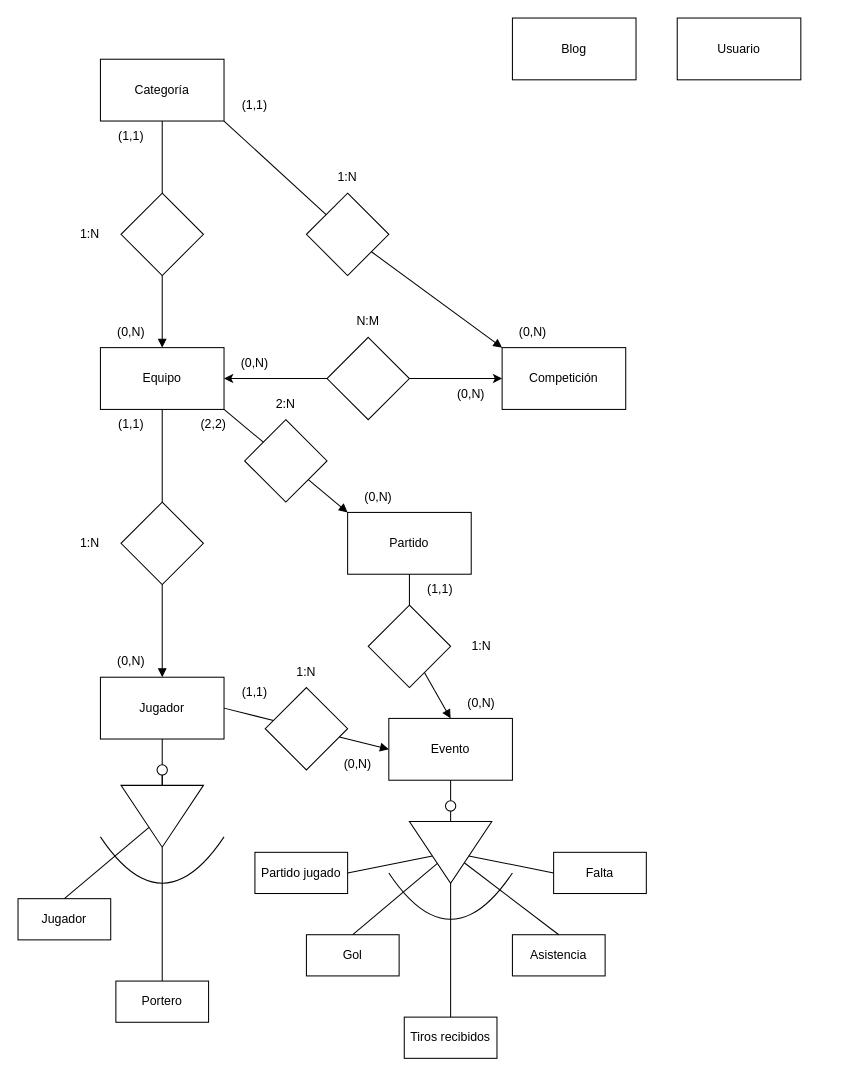
AlejandroS2I/cochinillos-voladores keeps this draw.io diagram as bd/design/diagramaERCochinillos.drawio. Above is the earlier version. Source tidied: cells renumbered, new cells numbered last; positions are measured from the earlier drawing's top-left corner, leaving out a move shared by most shapes. Both pictures are drawn from the tidied source at 103%, with x=0, y=0 at pixel (18, 18).
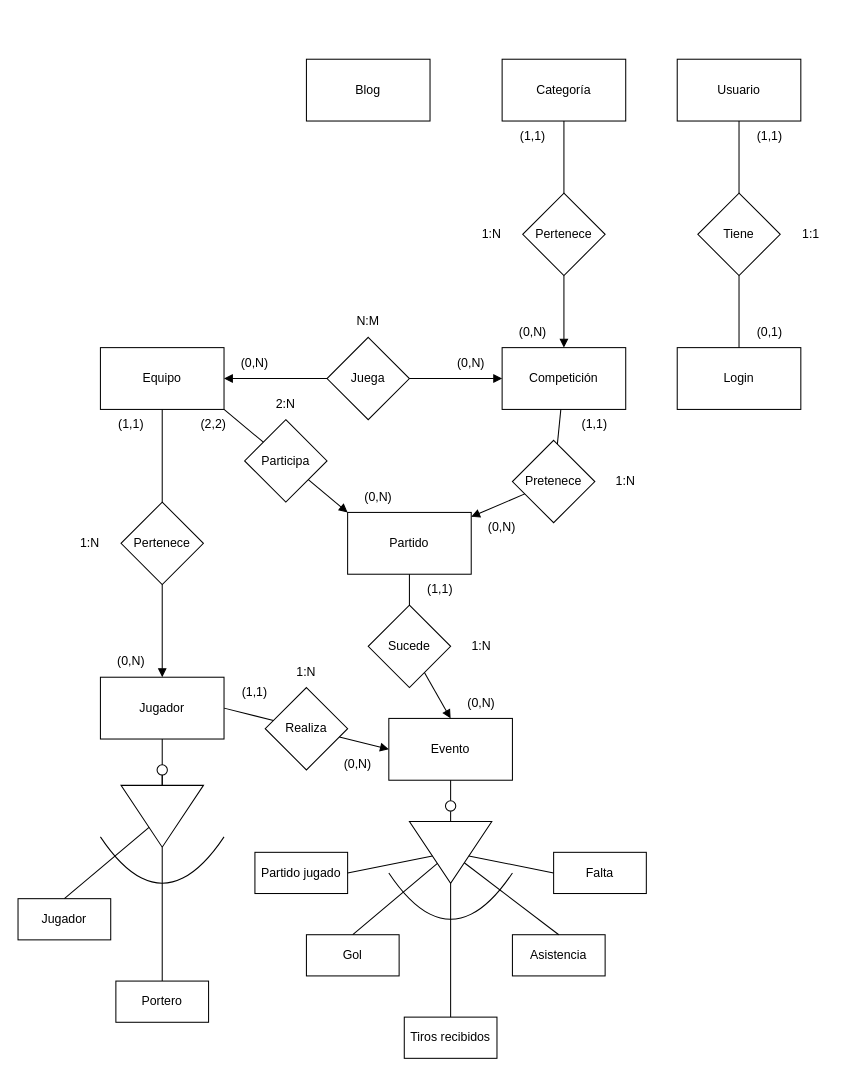
Above is the later version.

The change refers to these unchanged cells:
```xml
<mxCell id="2" value="Competición" style="rounded=0;whiteSpace=wrap;html=1;" parent="1" vertex="1">
  <mxGeometry x="470" y="320" width="120" height="60" as="geometry" />
</mxCell>
<mxCell id="4" value="Equipo" style="rounded=0;whiteSpace=wrap;html=1;" parent="1" vertex="1">
  <mxGeometry x="80" y="320" width="120" height="60" as="geometry" />
</mxCell>
<mxCell id="7" value="&lt;div&gt;Partido&lt;/div&gt;" style="rounded=0;whiteSpace=wrap;html=1;" parent="1" vertex="1">
  <mxGeometry x="320" y="480" width="120" height="60" as="geometry" />
</mxCell>
```

Diff of the diagram source:
```diff
@@
     <mxCell id="3" value="Categoría" style="rounded=0;whiteSpace=wrap;html=1;" parent="1" vertex="1">
-      <mxGeometry x="80" y="40" width="120" height="60" as="geometry" />
+      <mxGeometry x="470" y="40" width="120" height="60" as="geometry" />
     </mxCell>
@@
     <mxCell id="9" value="Blog" style="rounded=0;whiteSpace=wrap;html=1;" parent="1" vertex="1">
-      <mxGeometry x="480" width="120" height="60" as="geometry" />
+      <mxGeometry x="280" y="40" width="120" height="60" as="geometry" />
     </mxCell>
     <mxCell id="10" value="Usuario" style="rounded=0;whiteSpace=wrap;html=1;" parent="1" vertex="1">
-      <mxGeometry x="640" width="120" height="60" as="geometry" />
+      <mxGeometry x="640" y="40" width="120" height="60" as="geometry" />
     </mxCell>
-    <mxCell id="11" style="rhombus;whiteSpace=wrap;html=1;" parent="1" vertex="1">
-      <mxGeometry x="280" y="170" width="80" height="80" as="geometry" />
+    <mxCell id="11" value="Pertenece" style="rhombus;whiteSpace=wrap;html=1;" parent="1" vertex="1">
+      <mxGeometry x="490" y="170" width="80" height="80" as="geometry" />
     </mxCell>
-    <mxCell id="12" style="rhombus;whiteSpace=wrap;html=1;" parent="1" vertex="1">
-      <mxGeometry x="100" y="170" width="80" height="80" as="geometry" />
-    </mxCell>
-    <mxCell id="13" style="rhombus;whiteSpace=wrap;html=1;" parent="1" vertex="1">
+    <mxCell id="13" value="Juega" style="rhombus;whiteSpace=wrap;html=1;" parent="1" vertex="1">
       <mxGeometry x="300" y="310" width="80" height="80" as="geometry" />
     </mxCell>
-    <mxCell id="14" style="endArrow=none;html=1;rounded=0;endFill=0;entryX=1;entryY=1;entryDx=0;entryDy=0;" parent="1" edge="1" source="11" target="3">
+    <mxCell id="14" style="endArrow=none;html=1;rounded=0;endFill=0;" parent="1" edge="1" source="11" target="3">
       <mxGeometry relative="1" as="geometry" />
     </mxCell>
-    <mxCell id="15" style="endArrow=none;html=1;rounded=0;endFill=0;" parent="1" edge="1" source="12" target="3">
-      <mxGeometry relative="1" as="geometry" />
-    </mxCell>
-    <mxCell id="16" style="endArrow=none;html=1;rounded=0;startArrow=block;startFill=1;" parent="1" edge="1" source="4" target="12">
-      <mxGeometry relative="1" as="geometry" />
-    </mxCell>
-    <mxCell id="17" style="endArrow=block;html=1;rounded=0;endFill=1;entryX=0;entryY=0;entryDx=0;entryDy=0;" parent="1" edge="1" source="11" target="2">
+    <mxCell id="17" style="endArrow=block;html=1;rounded=0;endFill=1;" parent="1" edge="1" source="11" target="2">
       <mxGeometry relative="1" as="geometry" />
     </mxCell>
-    <mxCell id="18" style="endArrow=classic;html=1;rounded=0;" parent="1" edge="1" source="13" target="2">
+    <mxCell id="18" style="endArrow=block;html=1;rounded=0;endFill=1;" parent="1" edge="1" source="13" target="2">
       <mxGeometry relative="1" as="geometry" />
     </mxCell>
-    <mxCell id="19" style="endArrow=classic;html=1;rounded=0;" parent="1" edge="1" source="13" target="4">
+    <mxCell id="19" style="endArrow=block;html=1;rounded=0;endFill=1;" parent="1" edge="1" source="13" target="4">
       <mxGeometry relative="1" as="geometry" />
     </mxCell>
-    <mxCell id="20" value="1:N" style="text;html=1;align=center;verticalAlign=middle;whiteSpace=wrap;rounded=0;" parent="1" vertex="1">
-      <mxGeometry x="40" y="195" width="60" height="30" as="geometry" />
-    </mxCell>
     <mxCell id="21" value="1:N" style="text;html=1;align=center;verticalAlign=middle;whiteSpace=wrap;rounded=0;" parent="1" vertex="1">
-      <mxGeometry x="290" y="140" width="60" height="30" as="geometry" />
+      <mxGeometry x="430" y="195" width="60" height="30" as="geometry" />
     </mxCell>
@@
-    <mxCell id="23" style="rhombus;whiteSpace=wrap;html=1;" parent="1" vertex="1">
+    <mxCell id="23" value="Pertenece" style="rhombus;whiteSpace=wrap;html=1;" parent="1" vertex="1">
       <mxGeometry x="100" y="470" width="80" height="80" as="geometry" />
     </mxCell>
@@
-    <mxCell id="27" style="rhombus;whiteSpace=wrap;html=1;" parent="1" vertex="1">
+    <mxCell id="27" value="Participa" style="rhombus;whiteSpace=wrap;html=1;" parent="1" vertex="1">
       <mxGeometry x="220" y="390" width="80" height="80" as="geometry" />
     </mxCell>
@@
-    <mxCell id="31" style="rhombus;whiteSpace=wrap;html=1;" parent="1" vertex="1">
+    <mxCell id="31" value="Sucede" style="rhombus;whiteSpace=wrap;html=1;" parent="1" vertex="1">
       <mxGeometry x="340" y="570" width="80" height="80" as="geometry" />
     </mxCell>
-    <mxCell id="32" style="rhombus;whiteSpace=wrap;html=1;" parent="1" vertex="1">
+    <mxCell id="32" value="Realiza" style="rhombus;whiteSpace=wrap;html=1;" parent="1" vertex="1">
       <mxGeometry x="240" y="650" width="80" height="80" as="geometry" />
     </mxCell>
@@
     <mxCell id="53" value="(0,N)" style="text;html=1;align=center;verticalAlign=middle;whiteSpace=wrap;rounded=0;" parent="1" vertex="1">
-      <mxGeometry x="410" y="350" width="60" height="30" as="geometry" />
+      <mxGeometry x="410" y="320" width="60" height="30" as="geometry" />
     </mxCell>
@@
     <mxCell id="56" value="(1,1)" style="text;html=1;align=center;verticalAlign=middle;whiteSpace=wrap;rounded=0;" parent="1" vertex="1">
-      <mxGeometry x="200" y="70" width="60" height="30" as="geometry" />
+      <mxGeometry x="470" y="100" width="60" height="30" as="geometry" />
     </mxCell>
-    <mxCell id="57" value="(1,1)" style="text;html=1;align=center;verticalAlign=middle;whiteSpace=wrap;rounded=0;" parent="1" vertex="1">
-      <mxGeometry x="80" y="100" width="60" height="30" as="geometry" />
-    </mxCell>
-    <mxCell id="58" value="(0,N)" style="text;html=1;align=center;verticalAlign=middle;whiteSpace=wrap;rounded=0;" parent="1" vertex="1">
-      <mxGeometry x="80" y="290" width="60" height="30" as="geometry" />
-    </mxCell>
@@
+    <mxCell id="76" value="Pretenece" style="rhombus;whiteSpace=wrap;html=1;" parent="1" vertex="1">
+      <mxGeometry x="480" y="410" width="80" height="80" as="geometry" />
+    </mxCell>
+    <mxCell id="77" style="endArrow=none;html=1;rounded=0;endFill=0;" parent="1" edge="1" source="76" target="2">
+      <mxGeometry relative="1" as="geometry" />
+    </mxCell>
+    <mxCell id="78" style="endArrow=none;html=1;rounded=0;startArrow=block;startFill=1;" parent="1" edge="1" source="7" target="76">
+      <mxGeometry relative="1" as="geometry" />
+    </mxCell>
+    <mxCell id="58" value="(0,N)" style="text;html=1;align=center;verticalAlign=middle;whiteSpace=wrap;rounded=0;" parent="1" vertex="1">
+      <mxGeometry x="440" y="480" width="60" height="30" as="geometry" />
+    </mxCell>
+    <mxCell id="79" value="(1,1)" style="text;html=1;align=center;verticalAlign=middle;whiteSpace=wrap;rounded=0;" parent="1" vertex="1">
+      <mxGeometry x="530" y="380" width="60" height="30" as="geometry" />
+    </mxCell>
+    <mxCell id="20" value="1:N" style="text;html=1;align=center;verticalAlign=middle;whiteSpace=wrap;rounded=0;" parent="1" vertex="1">
+      <mxGeometry x="560" y="435" width="60" height="30" as="geometry" />
+    </mxCell>
+    <mxCell id="80" value="Login" style="rounded=0;whiteSpace=wrap;html=1;" parent="1" vertex="1">
+      <mxGeometry x="640" y="320" width="120" height="60" as="geometry" />
+    </mxCell>
+    <mxCell id="81" value="Tiene" style="rhombus;whiteSpace=wrap;html=1;" parent="1" vertex="1">
+      <mxGeometry x="660" y="170" width="80" height="80" as="geometry" />
+    </mxCell>
+    <mxCell id="82" style="endArrow=none;html=1;rounded=0;" parent="1" edge="1" source="81" target="10">
+      <mxGeometry relative="1" as="geometry" />
+    </mxCell>
+    <mxCell id="83" style="endArrow=none;html=1;rounded=0;" parent="1" edge="1" source="80" target="81">
+      <mxGeometry relative="1" as="geometry" />
+    </mxCell>
+    <mxCell id="84" value="1:1" style="text;html=1;align=center;verticalAlign=middle;whiteSpace=wrap;rounded=0;" parent="1" vertex="1">
+      <mxGeometry x="740" y="195" width="60" height="30" as="geometry" />
+    </mxCell>
+    <mxCell id="85" value="(1,1)" style="text;html=1;align=center;verticalAlign=middle;whiteSpace=wrap;rounded=0;" parent="1" vertex="1">
+      <mxGeometry x="700" y="100" width="60" height="30" as="geometry" />
+    </mxCell>
+    <mxCell id="86" value="(0,1)" style="text;html=1;align=center;verticalAlign=middle;whiteSpace=wrap;rounded=0;" parent="1" vertex="1">
+      <mxGeometry x="700" y="290" width="60" height="30" as="geometry" />
+    </mxCell>
```
